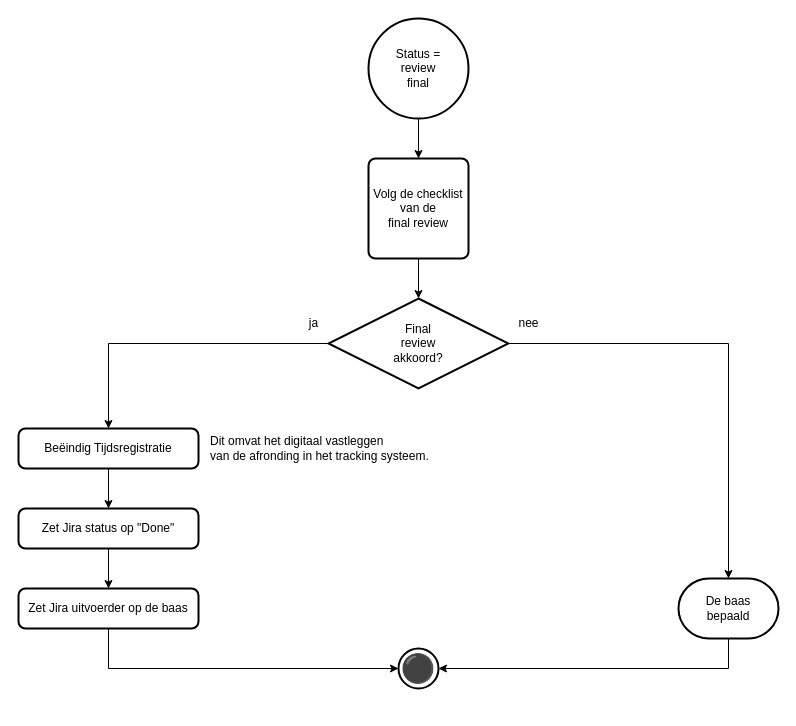
Zaibatsu89/IssueTracker keeps this draw.io diagram as 3 Issue Tracker review.drawio. Above is the earlier version. Source tidied: cells renumbered, new cells numbered last; positions are measured from the earlier drawing's top-left corner, leaving out a move shared by most shapes. Both pictures are drawn from the tidied source at 100%, with x=0, y=0 at pixel (18, 18).
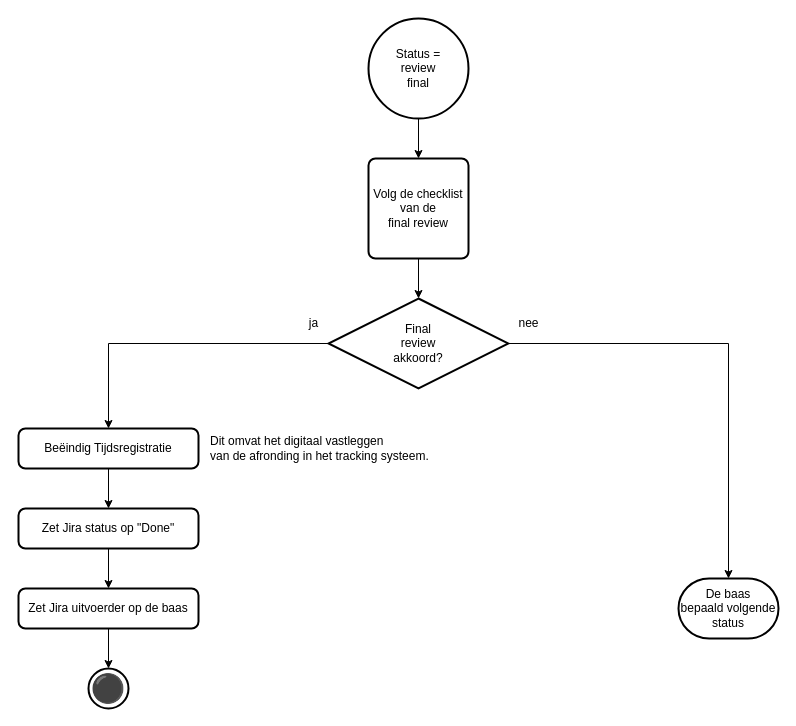
After the change.

Commit message (it also covers changes not shown here):
Vervang “De baas bepaald” door “De baas bepaald volgende status” en haal vervolg weg zoals “Volg de analyse” in flowcharts

Unchanged cells that the change refers to:
```xml
<mxCell id="9" value="Zet Jira uitvoerder op de baas" style="rounded=1;whiteSpace=wrap;html=1;absoluteArcSize=1;arcSize=14;strokeWidth=2;" parent="1" vertex="1">
  <mxGeometry y="570" width="180" height="40" as="geometry" />
</mxCell>
```

Change to the diagram source:
```diff
@@
     <mxCell id="6" value="⚫" style="strokeWidth=2;html=1;shape=mxgraph.flowchart.start_2;whiteSpace=wrap;fontSize=28;" parent="1" vertex="1">
-      <mxGeometry x="380" y="630" width="40" height="40" as="geometry" />
+      <mxGeometry x="70" y="650" width="40" height="40" as="geometry" />
     </mxCell>
@@
+    <mxCell id="17" style="edgeStyle=orthogonalEdgeStyle;rounded=0;jettySize=auto;html=1;" parent="1" edge="1" source="9" target="6">
+      <mxGeometry relative="1" as="geometry" />
+    </mxCell>
@@
-    <mxCell id="16" style="edgeStyle=orthogonalEdgeStyle;rounded=0;jettySize=auto;html=1;entryX=1;entryY=0.5;entryDx=0;entryDy=0;entryPerimeter=0;exitX=0.5;exitY=1;exitDx=0;exitDy=0;exitPerimeter=0;" parent="1" edge="1" source="18" target="6">
-      <mxGeometry relative="1" as="geometry" />
-    </mxCell>
-    <mxCell id="17" style="edgeStyle=orthogonalEdgeStyle;rounded=0;jettySize=auto;html=1;entryX=0;entryY=0.5;entryDx=0;entryDy=0;entryPerimeter=0;exitX=0.5;exitY=1;exitDx=0;exitDy=0;" parent="1" edge="1" source="9" target="6">
-      <mxGeometry relative="1" as="geometry" />
-    </mxCell>
-    <mxCell id="18" value="De baas&lt;br&gt;bepaald" style="strokeWidth=2;html=1;shape=mxgraph.flowchart.terminator;whiteSpace=wrap;" parent="1" vertex="1">
+    <mxCell id="18" value="De baas&lt;br&gt;bepaald volgende&lt;br&gt;status" style="strokeWidth=2;html=1;shape=mxgraph.flowchart.terminator;whiteSpace=wrap;" parent="1" vertex="1">
       <mxGeometry x="660" y="560" width="100" height="60" as="geometry" />
     </mxCell>
```
